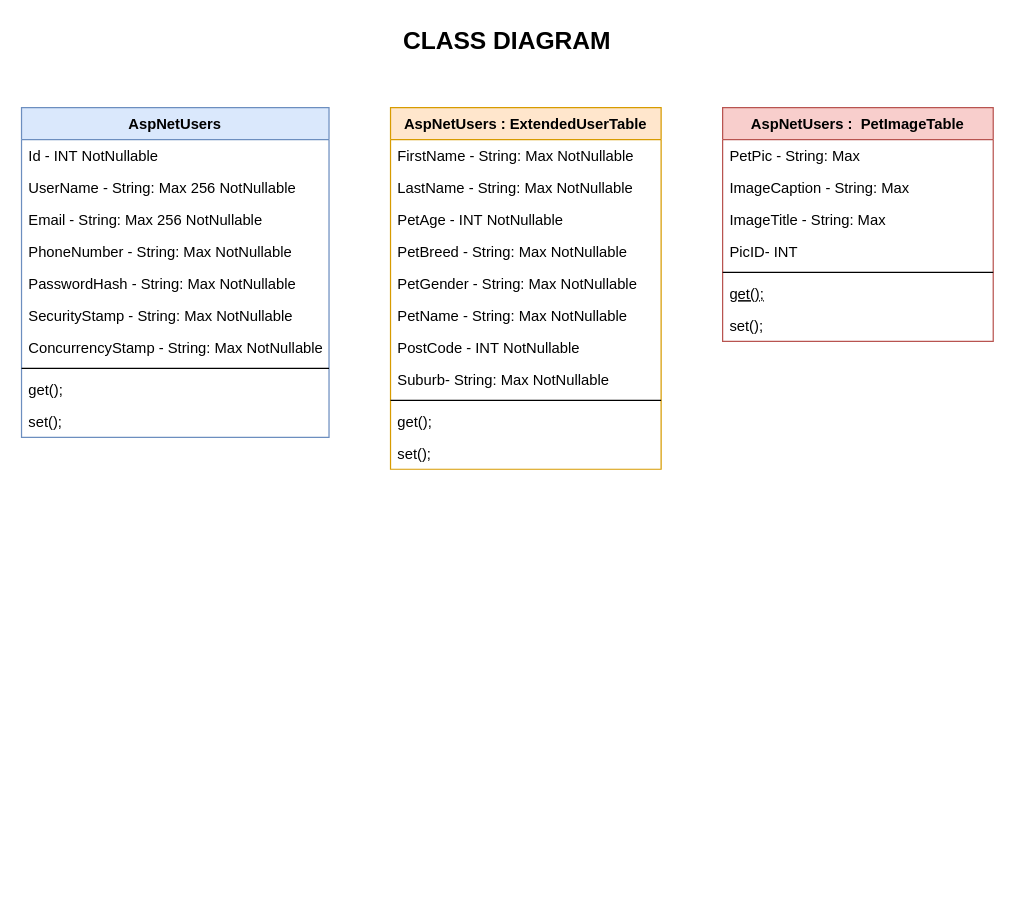
Before: Pets_R_Us/Documentation/Class Diagram/Class Diagram.drawio in JordanCogni/Pets_R_Us, a draw.io diagram. Source tidied: cells renumbered, new cells numbered last; positions are measured from the earlier drawing's top-left corner, leaving out a move shared by most shapes. Both pictures are drawn from the tidied source at 123%, with x=0, y=0 at pixel (21, 21).
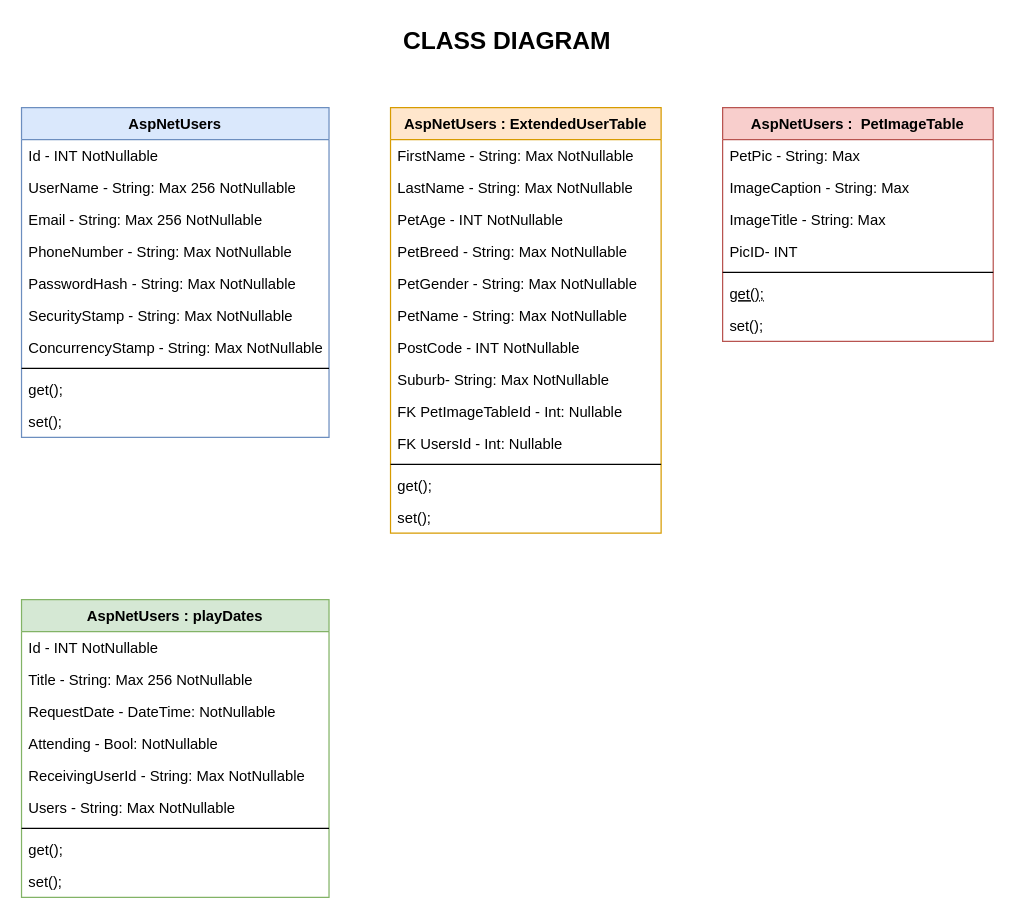
After the change.

The edit, as a diff of the source:
```diff
@@
     <mxCell id="21" value="AspNetUsers : ExtendedUserTable" style="swimlane;fontStyle=1;align=center;verticalAlign=top;horizontal=1;startSize=26;rounded=0;shadow=0;strokeWidth=1;fillColor=#ffe6cc;strokeColor=#d79b00;" parent="1" vertex="1">
-      <mxGeometry x="300" y="70" width="220" height="294" as="geometry" />
+      <mxGeometry x="300" y="70" width="220" height="346" as="geometry" />
     </mxCell>
@@
-    <mxCell id="30" style="line;html=1;strokeWidth=1;align=left;verticalAlign=middle;spacingTop=-1;spacingLeft=3;spacingRight=3;labelPosition=right;" parent="21" vertex="1">
-      <mxGeometry y="234" width="220" height="8" as="geometry" />
-    </mxCell>
+    <mxCell id="34" value="FK PetImageTableId - Int: Nullable" style="text;align=left;verticalAlign=top;spacingLeft=4;spacingRight=4;overflow=hidden;rounded=0;shadow=0;html=0;fontStyle=0;" parent="21" vertex="1">
+      <mxGeometry y="234" width="220" height="26" as="geometry" />
+    </mxCell>
+    <mxCell id="35" value="FK UsersId - Int: Nullable" style="text;align=left;verticalAlign=top;spacingLeft=4;spacingRight=4;overflow=hidden;rounded=0;shadow=0;html=0;fontStyle=0;" parent="21" vertex="1">
+      <mxGeometry y="260" width="220" height="26" as="geometry" />
+    </mxCell>
+    <mxCell id="36" style="line;html=1;strokeWidth=1;align=left;verticalAlign=middle;spacingTop=-1;spacingLeft=3;spacingRight=3;labelPosition=right;" parent="21" vertex="1">
+      <mxGeometry y="286" width="220" height="8" as="geometry" />
+    </mxCell>
     <mxCell id="31" value="get();" style="text;align=left;verticalAlign=top;spacingLeft=4;spacingRight=4;overflow=hidden;" parent="21" vertex="1">
-      <mxGeometry y="242" width="220" height="26" as="geometry" />
+      <mxGeometry y="294" width="220" height="26" as="geometry" />
     </mxCell>
     <mxCell id="32" value="set();" style="text;align=left;verticalAlign=top;spacingLeft=4;spacingRight=4;overflow=hidden;" parent="21" vertex="1">
-      <mxGeometry y="268" width="220" height="26" as="geometry" />
+      <mxGeometry y="320" width="220" height="26" as="geometry" />
     </mxCell>
@@
+    <mxCell id="37" value="AspNetUsers : playDates" style="swimlane;fontStyle=1;align=center;verticalAlign=top;horizontal=1;startSize=26;rounded=0;shadow=0;strokeWidth=1;fillColor=#d5e8d4;strokeColor=#82b366;" parent="1" vertex="1">
+      <mxGeometry y="470" width="250" height="242" as="geometry" />
+    </mxCell>
+    <mxCell id="38" value="Id - INT NotNullable" style="text;align=left;verticalAlign=top;spacingLeft=4;spacingRight=4;overflow=hidden;" parent="37" vertex="1">
+      <mxGeometry y="26" width="250" height="26" as="geometry" />
+    </mxCell>
+    <mxCell id="39" value="Title - String: Max 256 NotNullable" style="text;align=left;verticalAlign=top;spacingLeft=4;spacingRight=4;overflow=hidden;rounded=0;shadow=0;html=0;" parent="37" vertex="1">
+      <mxGeometry y="52" width="250" height="26" as="geometry" />
+    </mxCell>
+    <mxCell id="40" value="RequestDate - DateTime: NotNullable" style="text;align=left;verticalAlign=top;spacingLeft=4;spacingRight=4;overflow=hidden;rounded=0;shadow=0;html=0;" parent="37" vertex="1">
+      <mxGeometry y="78" width="250" height="26" as="geometry" />
+    </mxCell>
+    <mxCell id="41" value="Attending - Bool: NotNullable" style="text;align=left;verticalAlign=top;spacingLeft=4;spacingRight=4;overflow=hidden;rounded=0;shadow=0;html=0;" parent="37" vertex="1">
+      <mxGeometry y="104" width="250" height="26" as="geometry" />
+    </mxCell>
+    <mxCell id="42" value="ReceivingUserId - String: Max NotNullable" style="text;align=left;verticalAlign=top;spacingLeft=4;spacingRight=4;overflow=hidden;rounded=0;shadow=0;html=0;" parent="37" vertex="1">
+      <mxGeometry y="130" width="250" height="26" as="geometry" />
+    </mxCell>
+    <mxCell id="43" value="Users - String: Max NotNullable" style="text;align=left;verticalAlign=top;spacingLeft=4;spacingRight=4;overflow=hidden;rounded=0;shadow=0;html=0;" parent="37" vertex="1">
+      <mxGeometry y="156" width="250" height="26" as="geometry" />
+    </mxCell>
+    <mxCell id="44" style="line;html=1;strokeWidth=1;align=left;verticalAlign=middle;spacingTop=-1;spacingLeft=3;spacingRight=3;labelPosition=right;" parent="37" vertex="1">
+      <mxGeometry y="182" width="250" height="8" as="geometry" />
+    </mxCell>
+    <mxCell id="45" value="get();" style="text;align=left;verticalAlign=top;spacingLeft=4;spacingRight=4;overflow=hidden;" parent="37" vertex="1">
+      <mxGeometry y="190" width="250" height="26" as="geometry" />
+    </mxCell>
+    <mxCell id="46" value="set();" style="text;align=left;verticalAlign=top;spacingLeft=4;spacingRight=4;overflow=hidden;" parent="37" vertex="1">
+      <mxGeometry y="216" width="250" height="26" as="geometry" />
+    </mxCell>
```
